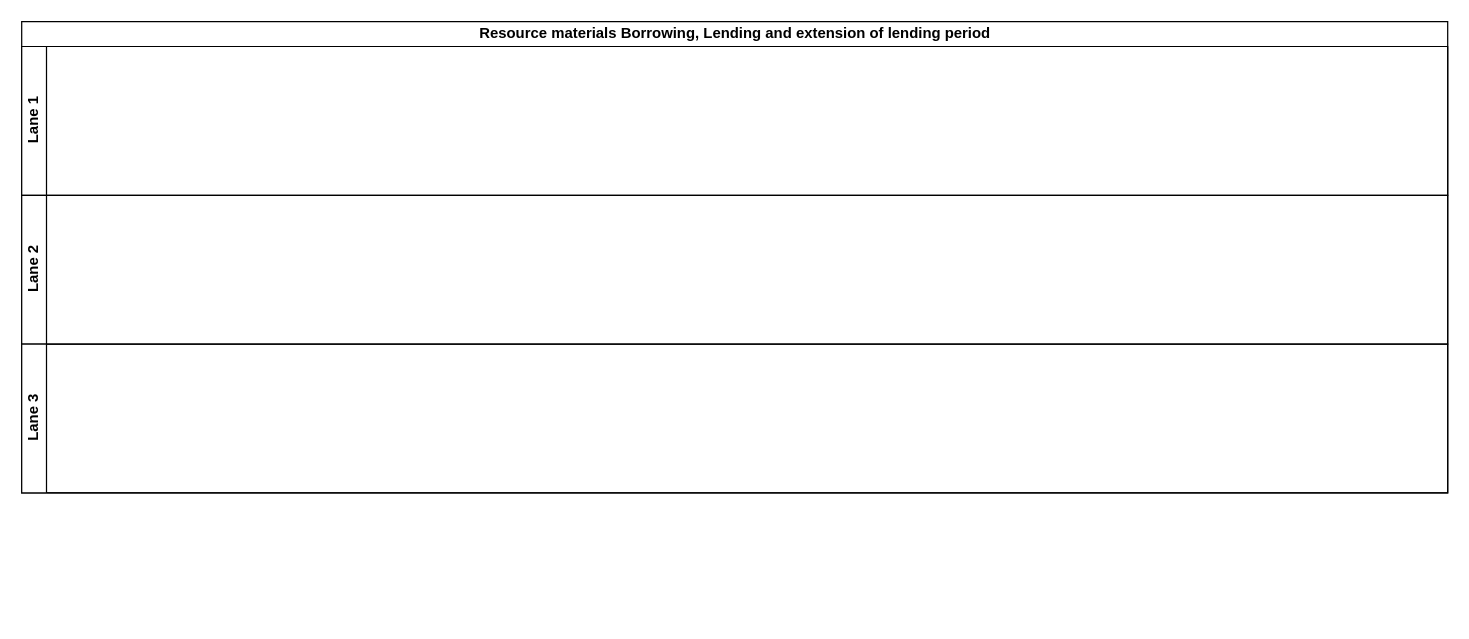
Above: Library - Resource materials Borrowing, Lending and extension of lending period.drawio in kmagua/flowcharts (draw.io), before the change. Source tidied: cells renumbered, new cells numbered last; positions are measured from the earlier drawing's top-left corner, leaving out a move shared by most shapes. Both pictures are drawn from the tidied source at 124%, with x=0, y=0 at pixel (21, 21).
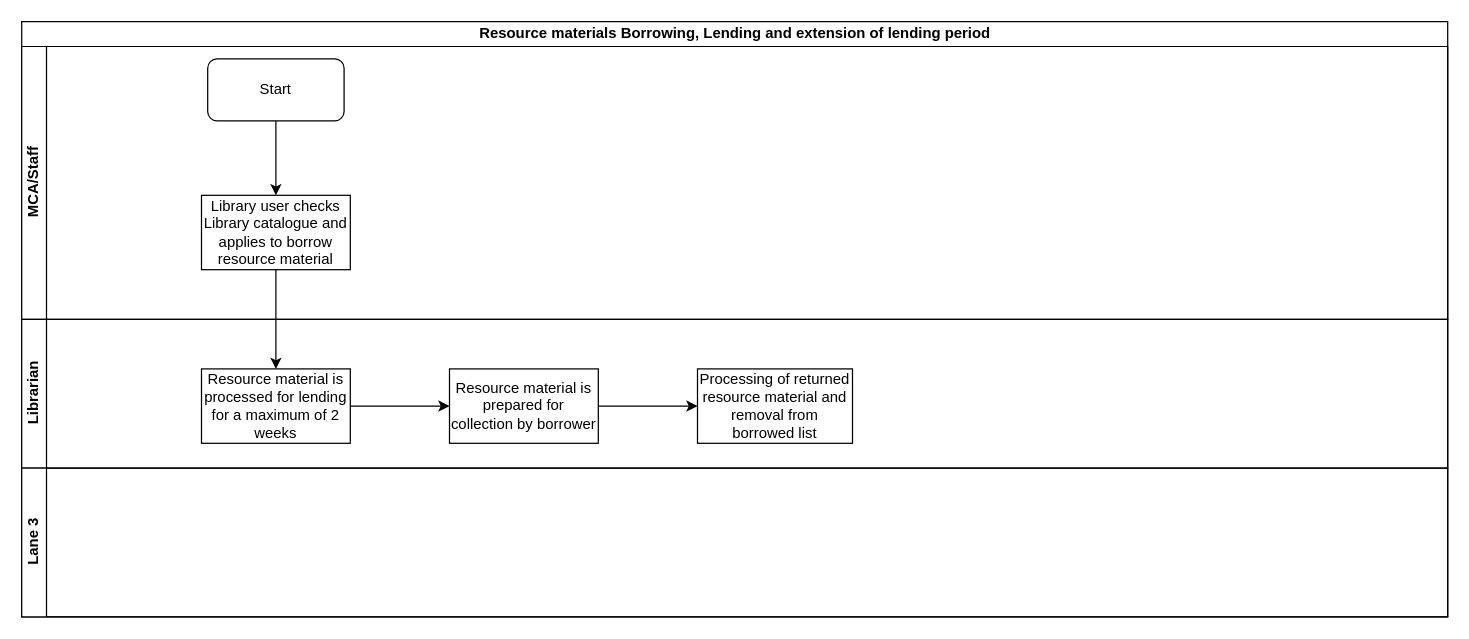
The same page after the edit.

The edit, as a diff of the source:
```diff
@@
 <mxGraphModel>
   <root>
     <mxCell id="0" />
     <mxCell id="1" parent="0" />
     <mxCell id="2" value="Resource materials Borrowing, Lending and extension of lending period" style="swimlane;html=1;horizontal=1;startSize=20;" parent="1" vertex="1">
-      <mxGeometry width="1150" height="380" as="geometry" />
+      <mxGeometry width="1150" height="480" as="geometry" />
     </mxCell>
-    <mxCell id="3" value="Lane 1" style="swimlane;html=1;startSize=20;horizontal=0;" parent="2" vertex="1">
-      <mxGeometry y="20" width="1150" height="120" as="geometry" />
+    <mxCell id="3" value="MCA/Staff" style="swimlane;html=1;startSize=20;horizontal=0;" parent="2" vertex="1">
+      <mxGeometry y="20" width="1150" height="220" as="geometry" />
     </mxCell>
+    <mxCell id="6" value="Start" style="rounded=1;whiteSpace=wrap;html=1;" parent="3" vertex="1">
+      <mxGeometry x="150" y="10" width="110" height="50" as="geometry" />
+    </mxCell>
+    <mxCell id="7" style="edgeStyle=orthogonalEdgeStyle;rounded=0;jettySize=auto;html=1;entryX=0.5;entryY=0;entryDx=0;entryDy=0;" parent="3" edge="1" source="6" target="8">
+      <mxGeometry relative="1" as="geometry" />
+    </mxCell>
+    <mxCell id="8" value="Library user checks Library catalogue and applies to borrow resource material" style="rounded=0;whiteSpace=wrap;html=1;" parent="3" vertex="1">
+      <mxGeometry x="145" y="120" width="120" height="60" as="geometry" />
+    </mxCell>
-    <mxCell id="4" value="Lane 2" style="swimlane;html=1;startSize=20;horizontal=0;" parent="2" vertex="1">
-      <mxGeometry y="140" width="1150" height="120" as="geometry" />
+    <mxCell id="4" value="Librarian" style="swimlane;html=1;startSize=20;horizontal=0;" parent="2" vertex="1">
+      <mxGeometry y="240" width="1150" height="120" as="geometry" />
     </mxCell>
+    <mxCell id="9" value="Resource material is processed for lending for a maximum of 2 weeks" style="whiteSpace=wrap;html=1;rounded=0;" parent="4" vertex="1">
+      <mxGeometry x="145" y="40" width="120" height="60" as="geometry" />
+    </mxCell>
     <mxCell id="5" value="Lane 3" style="swimlane;html=1;startSize=20;horizontal=0;" parent="2" vertex="1">
-      <mxGeometry y="260" width="1150" height="120" as="geometry" />
+      <mxGeometry y="360" width="1150" height="120" as="geometry" />
     </mxCell>
+    <mxCell id="10" style="edgeStyle=orthogonalEdgeStyle;rounded=0;jettySize=auto;html=1;" parent="2" edge="1" source="8" target="9">
+      <mxGeometry relative="1" as="geometry" />
+    </mxCell>
+    <mxCell id="11" style="edgeStyle=orthogonalEdgeStyle;rounded=0;jettySize=auto;html=1;" parent="1" edge="1" source="12" target="14">
+      <mxGeometry relative="1" as="geometry" />
+    </mxCell>
+    <mxCell id="12" value="Resource material is prepared for collection by borrower" style="whiteSpace=wrap;html=1;rounded=0;" parent="1" vertex="1">
+      <mxGeometry x="345" y="280" width="120" height="60" as="geometry" />
+    </mxCell>
+    <mxCell id="13" style="edgeStyle=orthogonalEdgeStyle;rounded=0;jettySize=auto;html=1;" parent="1" edge="1" source="9" target="12">
+      <mxGeometry relative="1" as="geometry" />
+    </mxCell>
+    <mxCell id="14" value="Processing of returned resource material and removal from borrowed list" style="whiteSpace=wrap;html=1;rounded=0;" parent="1" vertex="1">
+      <mxGeometry x="545" y="280" width="125" height="60" as="geometry" />
+    </mxCell>
   </root>
 </mxGraphModel>
```
